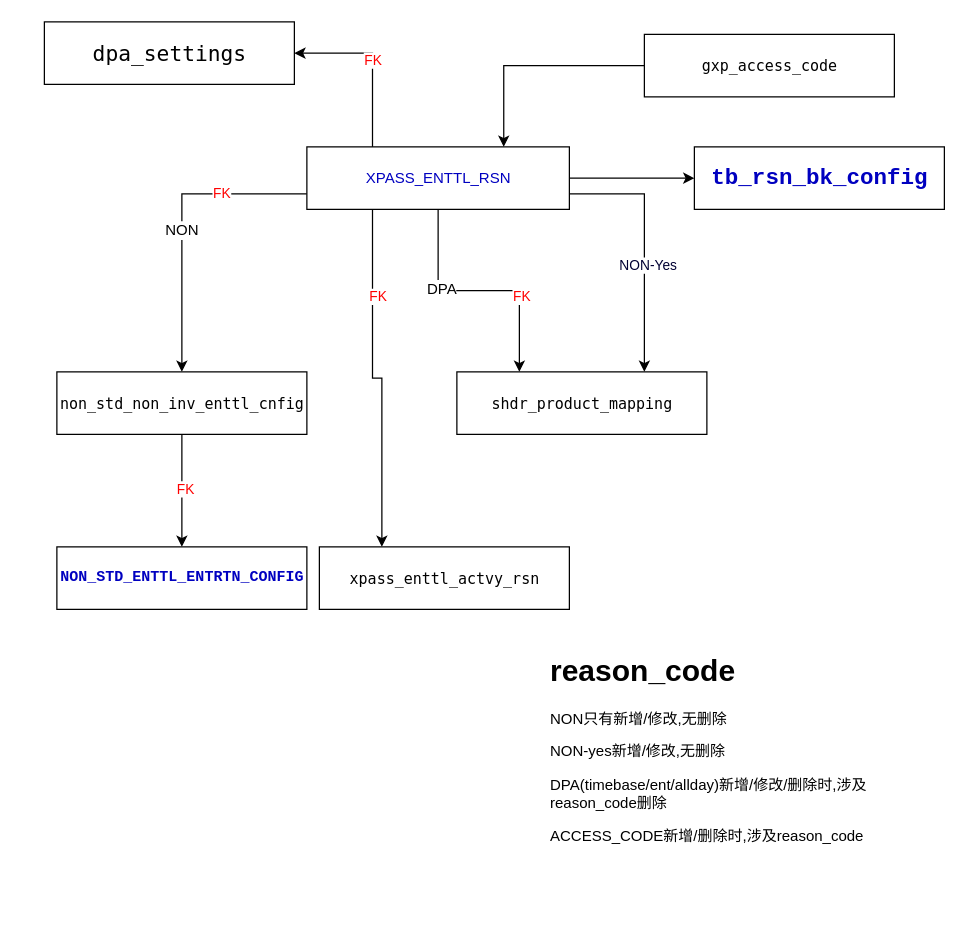
The draw.io diagram disney/reason_code.drawio in lixyu/draw, before the edit. Source tidied: cells renumbered, new cells numbered last; positions are measured from the earlier drawing's top-left corner, leaving out a move shared by most shapes. Both pictures are drawn from the tidied source at 125%, with x=0, y=0 at pixel (44, 21).
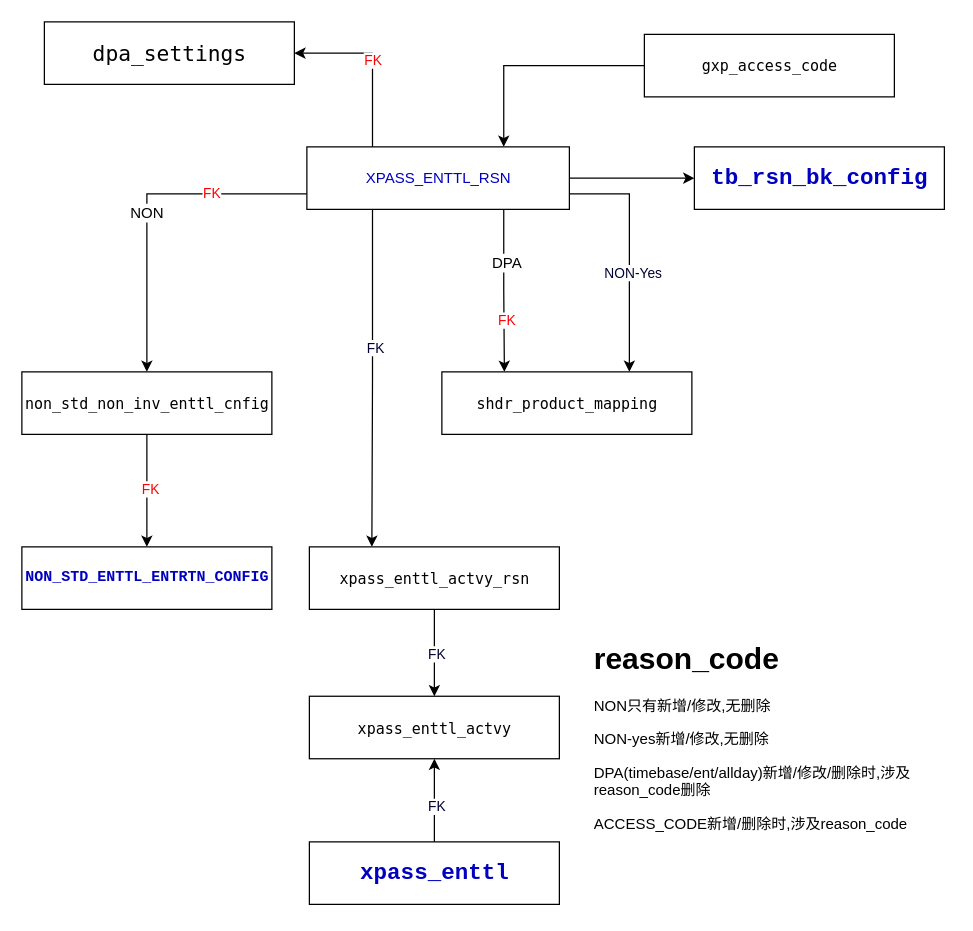
The same page after the edit.

The change refers to these unchanged cells:
```xml
<mxCell id="14" value="&lt;p style=&quot;background-color: rgb(255 , 255 , 255) ; color: rgb(51 , 51 , 51)&quot;&gt;&lt;span style=&quot;color: rgb(0 , 0 , 192)&quot;&gt;&lt;font style=&quot;font-size: 12px&quot;&gt;XPASS_ENTTL_RSN&lt;/font&gt;&lt;/span&gt;&lt;/p&gt;" style="html=1;" parent="1" vertex="1">
  <mxGeometry x="210" y="100" width="210" height="50" as="geometry" />
</mxCell>
```

Change to the diagram source:
```diff
@@
-    <mxCell id="5" style="edgeStyle=orthogonalEdgeStyle;rounded=0;jettySize=auto;html=1;exitX=0.5;exitY=1;exitDx=0;exitDy=0;entryX=0.25;entryY=0;entryDx=0;entryDy=0;fontSize=12;" parent="1" edge="1" source="14" target="19">
+    <mxCell id="5" style="edgeStyle=orthogonalEdgeStyle;rounded=0;jettySize=auto;html=1;exitX=0.75;exitY=1;exitDx=0;exitDy=0;entryX=0.25;entryY=0;entryDx=0;entryDy=0;fontSize=12;" parent="1" edge="1" source="14" target="19">
       <mxGeometry relative="1" as="geometry" />
     </mxCell>
@@
-    <mxCell id="9" style="edgeStyle=orthogonalEdgeStyle;rounded=0;jettySize=auto;html=1;exitX=0.25;exitY=1;exitDx=0;exitDy=0;entryX=0.25;entryY=0;entryDx=0;entryDy=0;" parent="1" edge="1" source="14" target="25">
-      <mxGeometry relative="1" as="geometry">
-        <Array as="points">
-          <mxPoint x="263" y="285" />
-          <mxPoint x="270" y="285" />
-        </Array>
-      </mxGeometry>
-    </mxCell>
-    <mxCell id="10" value="&lt;font color=&quot;#ff0000&quot;&gt;FK&lt;/font&gt;" style="edgeLabel;html=1;align=center;verticalAlign=middle;" parent="9" vertex="1">
-      <mxGeometry x="-0.5" y="4" relative="1" as="geometry" />
-    </mxCell>
@@
+    <mxCell id="9" style="edgeStyle=orthogonalEdgeStyle;rounded=0;jettySize=auto;html=1;exitX=0.25;exitY=1;exitDx=0;exitDy=0;entryX=0.25;entryY=0;entryDx=0;entryDy=0;fontColor=#000033;" parent="1" edge="1" source="14" target="25">
+      <mxGeometry relative="1" as="geometry" />
+    </mxCell>
+    <mxCell id="26" value="FK" style="edgeLabel;html=1;align=center;verticalAlign=middle;fontColor=#000033;" parent="9" vertex="1">
+      <mxGeometry x="-0.19" y="2" relative="1" as="geometry" />
+    </mxCell>
@@
     <mxCell id="15" value="&lt;pre style=&quot;background-color: rgb(255 , 255 , 255) ; color: rgb(51 , 51 , 51)&quot;&gt;&lt;span style=&quot;color: rgb(0 , 0 , 192) ; font-weight: bold&quot;&gt;&lt;font style=&quot;font-size: 12px&quot;&gt;NON_STD_ENTTL_ENTRTN_CONFIG&lt;/font&gt;&lt;/span&gt;&lt;/pre&gt;" style="html=1;" parent="1" vertex="1">
-      <mxGeometry x="10" y="420" width="200" height="50" as="geometry" />
+      <mxGeometry x="-18" y="420" width="200" height="50" as="geometry" />
     </mxCell>
@@
     <mxCell id="18" value="&lt;pre style=&quot;background-color: rgb(255 , 255 , 255) ; color: rgb(51 , 51 , 51)&quot;&gt;&lt;p class=&quot;p1&quot; style=&quot;margin: 0px ; font-stretch: normal ; line-height: normal ; font-family: &amp;#34;menlo&amp;#34; ; color: rgb(0 , 0 , 0)&quot;&gt;non_std_non_inv_enttl_cnfig&lt;/p&gt;&lt;/pre&gt;" style="html=1;" parent="1" vertex="1">
-      <mxGeometry x="10" y="280" width="200" height="50" as="geometry" />
+      <mxGeometry x="-18" y="280" width="200" height="50" as="geometry" />
     </mxCell>
     <mxCell id="19" value="&lt;pre style=&quot;background-color: rgb(255 , 255 , 255) ; color: rgb(51 , 51 , 51)&quot;&gt;&lt;p class=&quot;p1&quot; style=&quot;margin: 0px ; font-stretch: normal ; line-height: normal ; font-family: &amp;#34;menlo&amp;#34; ; color: rgb(0 , 0 , 0)&quot;&gt;shdr_product_mapping&lt;/p&gt;&lt;/pre&gt;" style="html=1;" parent="1" vertex="1">
-      <mxGeometry x="330" y="280" width="200" height="50" as="geometry" />
+      <mxGeometry x="318" y="280" width="200" height="50" as="geometry" />
     </mxCell>
@@
     <mxCell id="22" value="&lt;h1&gt;reason_code&lt;/h1&gt;&lt;p&gt;NON只有新增/修改,无删除&lt;/p&gt;&lt;p&gt;NON-yes新增/修改,无删除&lt;br&gt;&lt;/p&gt;&lt;p&gt;DPA(timebase/ent/allday)新增/修改/删除时,涉及reason_code删除&lt;/p&gt;&lt;p&gt;ACCESS_CODE新增/删除时,涉及reason_code&lt;/p&gt;&lt;p&gt;&lt;br&gt;&lt;/p&gt;" style="text;html=1;strokeColor=none;fillColor=none;spacing=5;spacingTop=-20;whiteSpace=wrap;overflow=hidden;rounded=0;fontSize=12;" parent="1" vertex="1">
-      <mxGeometry x="400" y="500" width="290" height="210" as="geometry" />
+      <mxGeometry x="435" y="490" width="290" height="210" as="geometry" />
     </mxCell>
@@
+    <mxCell id="27" style="edgeStyle=orthogonalEdgeStyle;rounded=0;jettySize=auto;html=1;exitX=0.5;exitY=1;exitDx=0;exitDy=0;entryX=0.5;entryY=0;entryDx=0;entryDy=0;fontColor=#000033;" parent="1" edge="1" source="25" target="29">
+      <mxGeometry relative="1" as="geometry" />
+    </mxCell>
+    <mxCell id="28" value="FK" style="edgeLabel;html=1;align=center;verticalAlign=middle;fontColor=#000033;" parent="27" vertex="1">
+      <mxGeometry x="0.01" y="1" relative="1" as="geometry" />
+    </mxCell>
     <mxCell id="25" value="&lt;pre style=&quot;background-color: rgb(255 , 255 , 255) ; color: rgb(51 , 51 , 51)&quot;&gt;&lt;p class=&quot;p1&quot; style=&quot;margin: 0px ; font-stretch: normal ; line-height: normal ; font-family: &amp;#34;menlo&amp;#34; ; color: rgb(0 , 0 , 0)&quot;&gt;xpass_enttl_actvy_rsn&lt;/p&gt;&lt;/pre&gt;" style="html=1;" parent="1" vertex="1">
-      <mxGeometry x="220" y="420" width="200" height="50" as="geometry" />
+      <mxGeometry x="212" y="420" width="200" height="50" as="geometry" />
     </mxCell>
+    <mxCell id="29" value="&lt;pre style=&quot;background-color: rgb(255 , 255 , 255) ; color: rgb(51 , 51 , 51)&quot;&gt;&lt;p class=&quot;p1&quot; style=&quot;margin: 0px ; font-stretch: normal ; line-height: normal ; font-family: &amp;#34;menlo&amp;#34; ; color: rgb(0 , 0 , 0)&quot;&gt;xpass_enttl_actvy&lt;/p&gt;&lt;/pre&gt;" style="html=1;" parent="1" vertex="1">
+      <mxGeometry x="212" y="539.5" width="200" height="50" as="geometry" />
+    </mxCell>
+    <mxCell id="30" style="edgeStyle=orthogonalEdgeStyle;rounded=0;jettySize=auto;html=1;exitX=0.5;exitY=0;exitDx=0;exitDy=0;fontColor=#000033;" parent="1" edge="1" source="32" target="29">
+      <mxGeometry relative="1" as="geometry" />
+    </mxCell>
+    <mxCell id="31" value="FK" style="edgeLabel;html=1;align=center;verticalAlign=middle;fontColor=#000033;" parent="30" vertex="1">
+      <mxGeometry x="-0.13" y="-1" relative="1" as="geometry" />
+    </mxCell>
+    <mxCell id="32" value="&lt;pre style=&quot;background-color: rgb(255 , 255 , 255) ; color: rgb(51 , 51 , 51)&quot;&gt;&lt;pre style=&quot;font-family: , monospace ; font-size: 13.5pt&quot;&gt;&lt;span style=&quot;color: #0000c0 ; font-weight: bold&quot;&gt;xpass_enttl&lt;/span&gt;&lt;/pre&gt;&lt;/pre&gt;" style="html=1;" parent="1" vertex="1">
+      <mxGeometry x="212" y="656" width="200" height="50" as="geometry" />
+    </mxCell>
```
